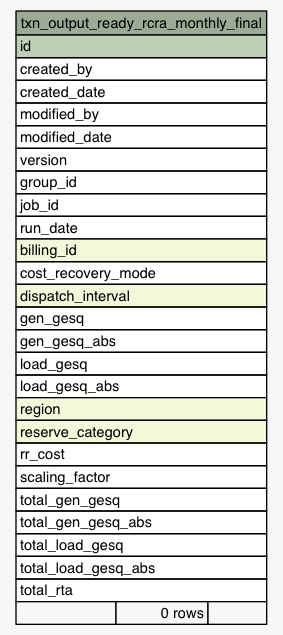
Above: Data/settlement/diagrams/summary/txn_output_ready_rcra_monthly_final.1degree.png in eyana-m/python-data-dictionary-writer (Graphviz), before the change. Its source is kept beside it as Data/settlement/diagrams/summary/txn_output_ready_rcra_monthly_final.1degree.dot.
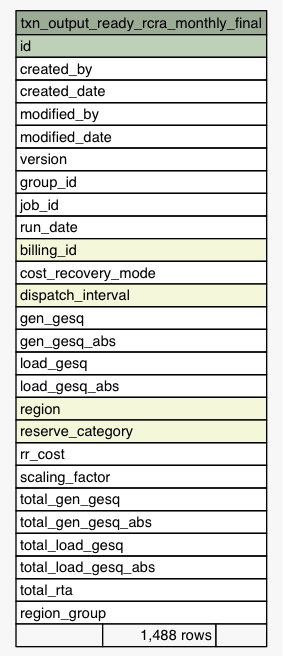
Above is the later version.

Change to the diagram source:
```diff
@@ -44,7 +44,8 @@
       <TR><TD PORT="total_load_gesq" COLSPAN="3" ALIGN="LEFT">total_load_gesq</TD></TR>
       <TR><TD PORT="total_load_gesq_abs" COLSPAN="3" ALIGN="LEFT">total_load_gesq_abs</TD></TR>
       <TR><TD PORT="total_rta" COLSPAN="3" ALIGN="LEFT">total_rta</TD></TR>
-      <TR><TD ALIGN="LEFT" BGCOLOR="#f7f7f7">  </TD><TD ALIGN="RIGHT" BGCOLOR="#f7f7f7">0 rows</TD><TD ALIGN="RIGHT" BGCOLOR="#f7f7f7">  </TD></TR>
+      <TR><TD PORT="region_group" COLSPAN="3" ALIGN="LEFT">region_group</TD></TR>
+      <TR><TD ALIGN="LEFT" BGCOLOR="#f7f7f7">  </TD><TD ALIGN="RIGHT" BGCOLOR="#f7f7f7">1,488 rows</TD><TD ALIGN="RIGHT" BGCOLOR="#f7f7f7">  </TD></TR>
     </TABLE>>
     URL="tables/txn_output_ready_rcra_monthly_final.html"
     tooltip="txn_output_ready_rcra_monthly_final"
```
